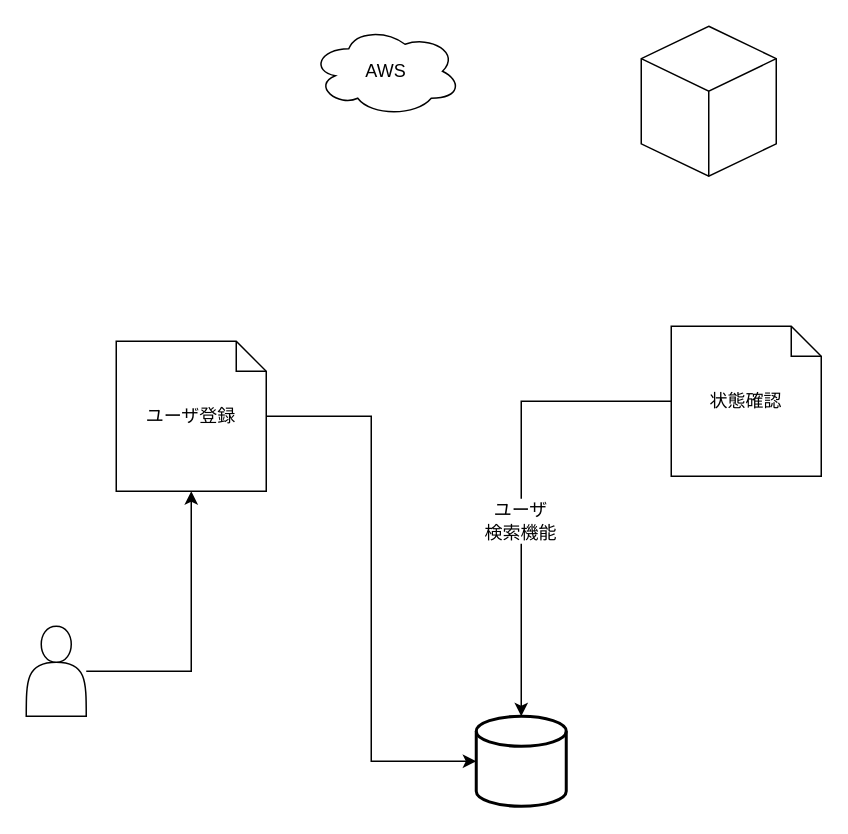
Before: page "画面設計" (2 of 3) of 画面設計.drawio in ringohoka/AnnounceSituation, a draw.io diagram. Source tidied: cells renumbered, new cells numbered last; positions are measured from the earlier drawing's top-left corner, leaving out a move shared by most shapes. Both pictures are drawn from the tidied source at 150%, with x=0, y=0 at pixel (26, 26).
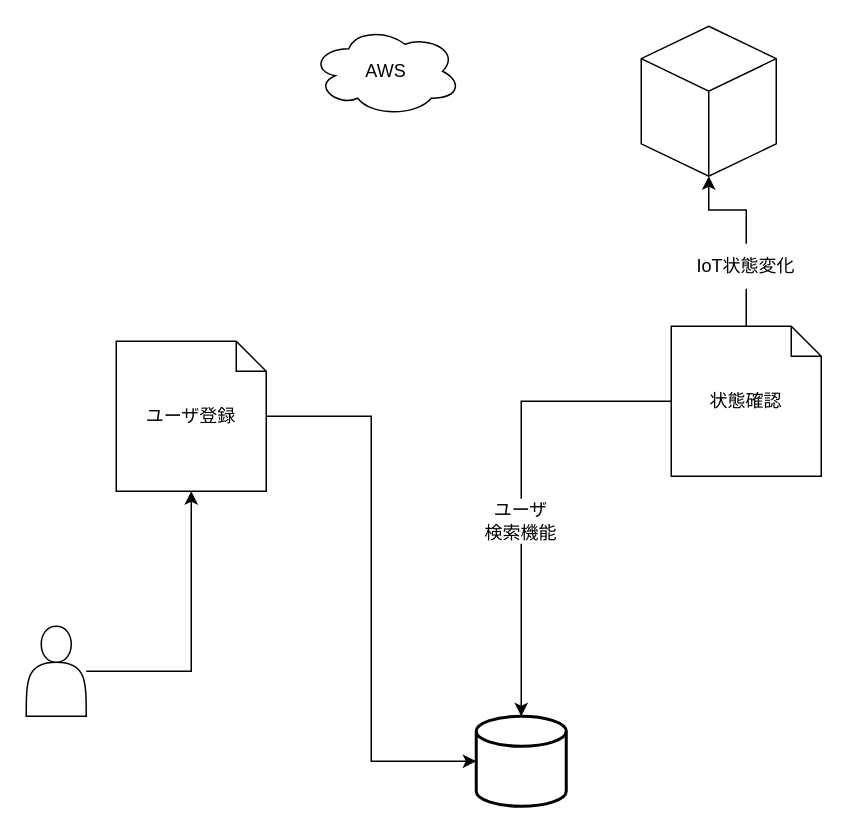
After the change.

Commit message:
画面設計.drawio を更新します

Diff of the diagram source:
```diff
@@
 <mxGraphModel>
   <root>
     <mxCell id="0" />
     <mxCell id="1" parent="0" />
     <mxCell id="2" style="edgeStyle=orthogonalEdgeStyle;rounded=0;jettySize=auto;html=1;entryX=0.5;entryY=1;entryDx=0;entryDy=0;entryPerimeter=0;" parent="1" edge="1" source="3" target="10">
       <mxGeometry relative="1" as="geometry" />
     </mxCell>
     <mxCell id="3" style="shape=actor;whiteSpace=wrap;html=1;" parent="1" vertex="1">
       <mxGeometry y="400" width="40" height="60" as="geometry" />
     </mxCell>
     <mxCell id="4" style="html=1;whiteSpace=wrap;shape=isoCube2;backgroundOutline=1;isoAngle=15;" parent="1" vertex="1">
       <mxGeometry x="410" width="90" height="100" as="geometry" />
     </mxCell>
     <mxCell id="5" value="AWS" style="ellipse;shape=cloud;whiteSpace=wrap;html=1;align=center;" parent="1" vertex="1">
       <mxGeometry x="190" width="100" height="60" as="geometry" />
     </mxCell>
     <mxCell id="6" style="strokeWidth=2;html=1;shape=mxgraph.flowchart.database;whiteSpace=wrap;" parent="1" vertex="1">
       <mxGeometry x="300" y="460" width="60" height="60" as="geometry" />
     </mxCell>
     <mxCell id="7" style="edgeStyle=orthogonalEdgeStyle;rounded=0;jettySize=auto;html=1;startArrow=none;" parent="1" edge="1" source="11" target="6">
       <mxGeometry relative="1" as="geometry" />
     </mxCell>
+    <mxCell id="13" style="edgeStyle=orthogonalEdgeStyle;rounded=0;jettySize=auto;html=1;entryX=0.5;entryY=1;entryDx=0;entryDy=0;entryPerimeter=0;startArrow=none;" parent="1" edge="1" source="14" target="4">
+      <mxGeometry relative="1" as="geometry" />
+    </mxCell>
     <mxCell id="8" value="状態確認" style="shape=note;size=20;whiteSpace=wrap;html=1;" parent="1" vertex="1">
       <mxGeometry x="430" y="200" width="100" height="100" as="geometry" />
     </mxCell>
     <mxCell id="9" style="edgeStyle=orthogonalEdgeStyle;rounded=0;jettySize=auto;html=1;entryX=0;entryY=0.5;entryDx=0;entryDy=0;entryPerimeter=0;" parent="1" edge="1" source="10" target="6">
       <mxGeometry relative="1" as="geometry" />
     </mxCell>
     <mxCell id="10" value="ユーザ登録" style="shape=note;size=20;whiteSpace=wrap;html=1;" parent="1" vertex="1">
       <mxGeometry x="60" y="210" width="100" height="100" as="geometry" />
     </mxCell>
     <mxCell id="11" value="ユーザ&lt;br&gt;検索機能" style="text;html=1;strokeColor=none;fillColor=none;align=center;verticalAlign=middle;whiteSpace=wrap;rounded=0;" parent="1" vertex="1">
       <mxGeometry x="300" y="315" width="60" height="30" as="geometry" />
     </mxCell>
     <mxCell id="12" style="edgeStyle=orthogonalEdgeStyle;rounded=0;jettySize=auto;html=1;endArrow=none;" parent="1" edge="1" source="8" target="11">
       <mxGeometry relative="1" as="geometry" />
     </mxCell>
+    <mxCell id="14" value="IoT状態変化" style="text;html=1;strokeColor=none;fillColor=none;align=center;verticalAlign=middle;whiteSpace=wrap;rounded=0;" parent="1" vertex="1">
+      <mxGeometry x="440" y="145" width="80" height="30" as="geometry" />
+    </mxCell>
+    <mxCell id="15" style="edgeStyle=orthogonalEdgeStyle;rounded=0;jettySize=auto;html=1;entryX=0.5;entryY=1;entryDx=0;entryDy=0;entryPerimeter=0;endArrow=none;" parent="1" edge="1" source="8" target="14">
+      <mxGeometry relative="1" as="geometry" />
+    </mxCell>
   </root>
 </mxGraphModel>
```
